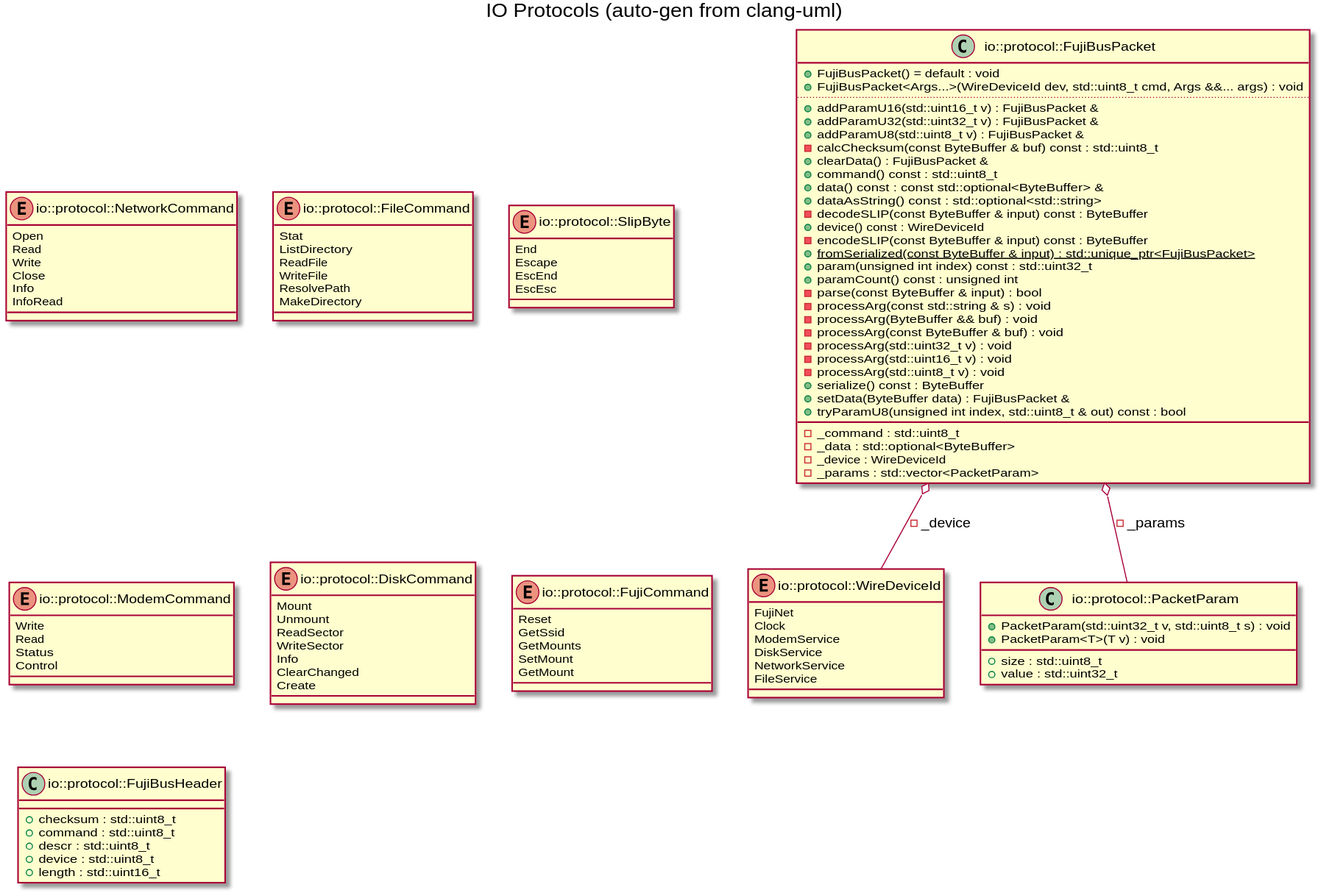
markjfisher/fujinet-nio keeps this PlantUML diagram as docs/images/gen_io_protocol.svg. Above is the earlier version.
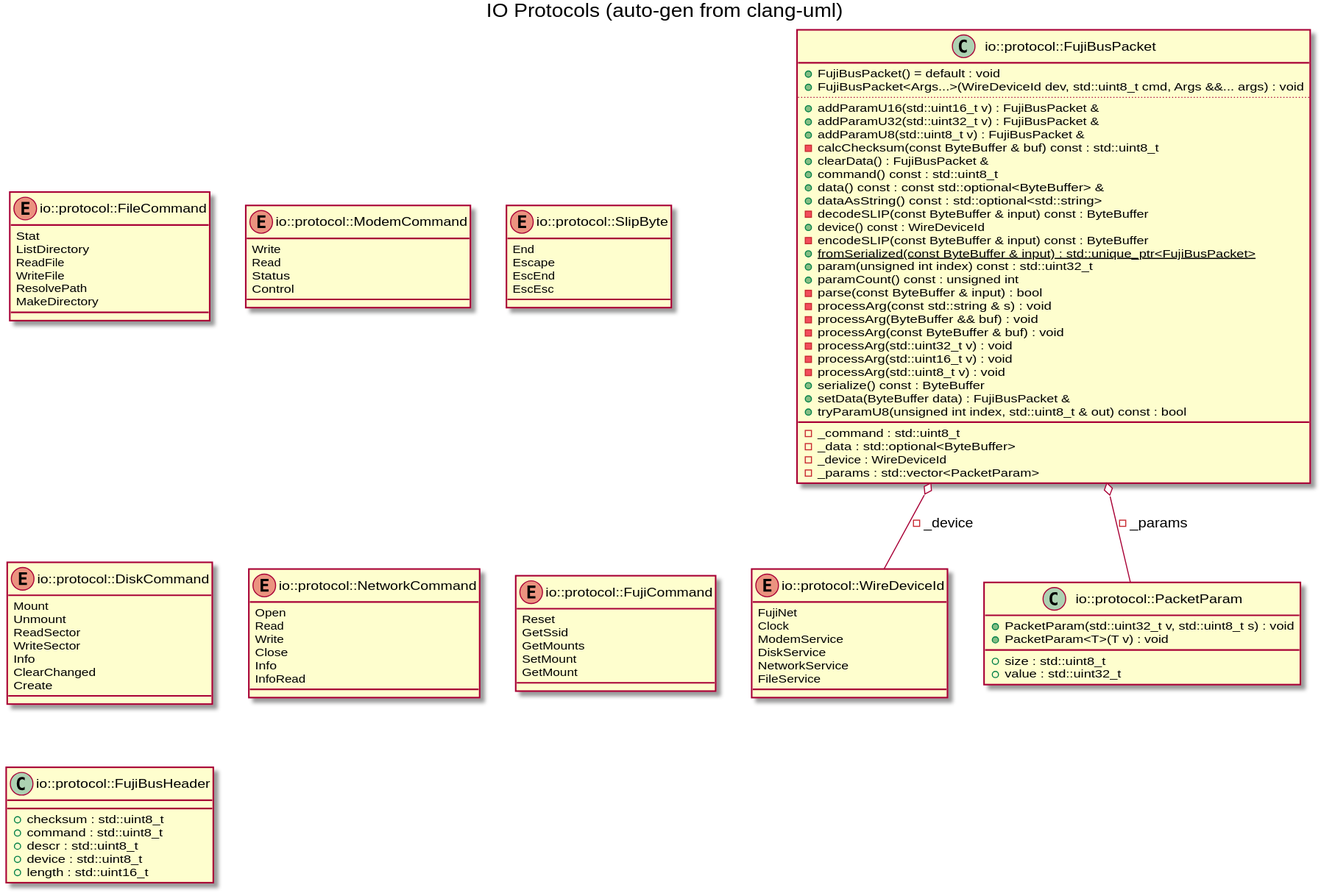
The same diagram one commit later.

Change to the diagram source:
```diff
@@ -9,15 +9,6 @@
 NetworkService
 FileService
 }
-enum "io::protocol::NetworkCommand" as C_0007700754280455587098
-enum C_0007700754280455587098 {
-Open
-Read
-Write
-Close
-Info
-InfoRead
-}
 enum "io::protocol::FileCommand" as C_0003895064208135060769
 enum C_0003895064208135060769 {
 Stat
@@ -26,6 +17,13 @@
 WriteFile
 ResolvePath
 MakeDirectory
+}
+enum "io::protocol::ModemCommand" as C_0010997942004027913014
+enum C_0010997942004027913014 {
+Write
+Read
+Status
+Control
 }
 enum "io::protocol::SlipByte" as C_0010627602090167488081
 enum C_0010627602090167488081 {
@@ -77,13 +75,6 @@
 -_device : WireDeviceId
 -_params : std::vector<PacketParam>
 }
-enum "io::protocol::ModemCommand" as C_0010997942004027913014
-enum C_0010997942004027913014 {
-Write
-Read
-Status
-Control
-}
 enum "io::protocol::DiskCommand" as C_0015699043703645047876
 enum C_0015699043703645047876 {
 Mount
@@ -93,6 +84,15 @@
 Info
 ClearChanged
 Create
+}
+enum "io::protocol::NetworkCommand" as C_0007700754280455587098
+enum C_0007700754280455587098 {
+Open
+Read
+Write
+Close
+Info
+InfoRead
 }
 enum "io::protocol::FujiCommand" as C_0004628219160953719395
 enum C_0004628219160953719395 {
```
